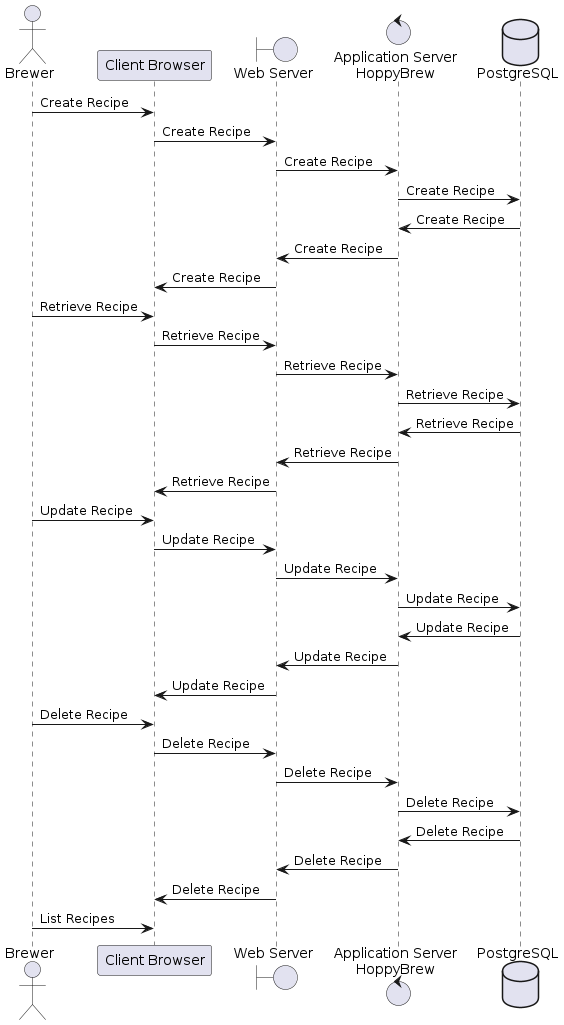
Earlier version of the PlantUML export documents/01-Conception-Phase/images/06-Runtime-View-CRUD-Recipe.png (asbor/iu-project-software-engineering).
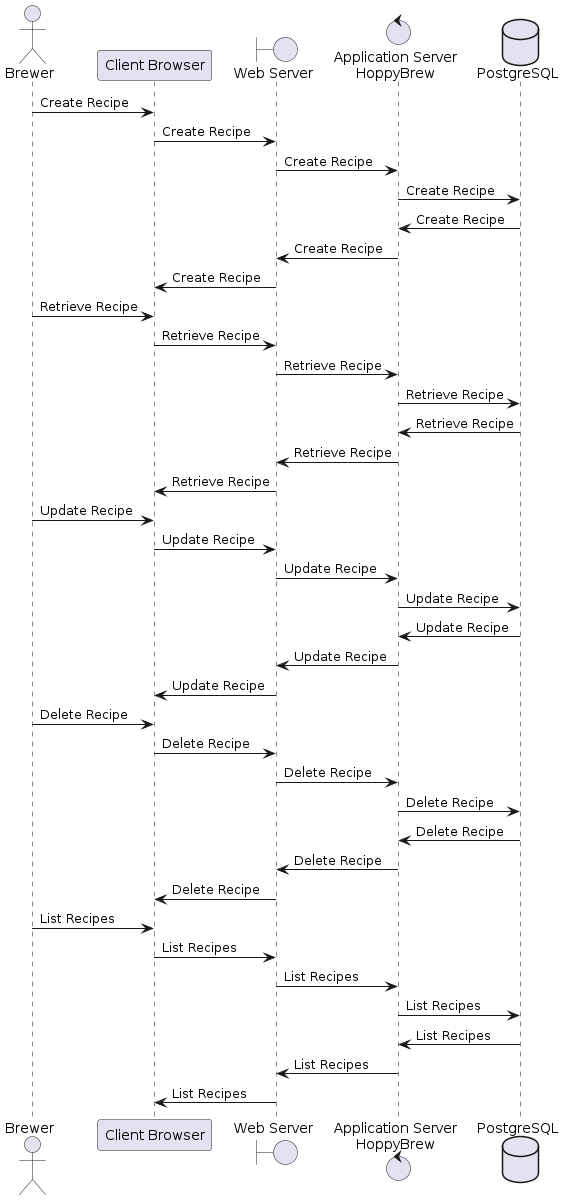
The same diagram one commit later.

Diff of the diagram source:
```diff
@@ -39,5 +39,11 @@
 WebServer -> ClientBrowser : Delete Recipe
 
 Brewer -> ClientBrowser : List Recipes
+ClientBrowser -> WebServer : List Recipes
+WebServer -> AppServer : List Recipes
+AppServer -> PostgreSQL : List Recipes
+PostgreSQL -> AppServer : List Recipes
+AppServer -> WebServer : List Recipes
+WebServer -> ClientBrowser : List Recipes
 
 @enduml
```
